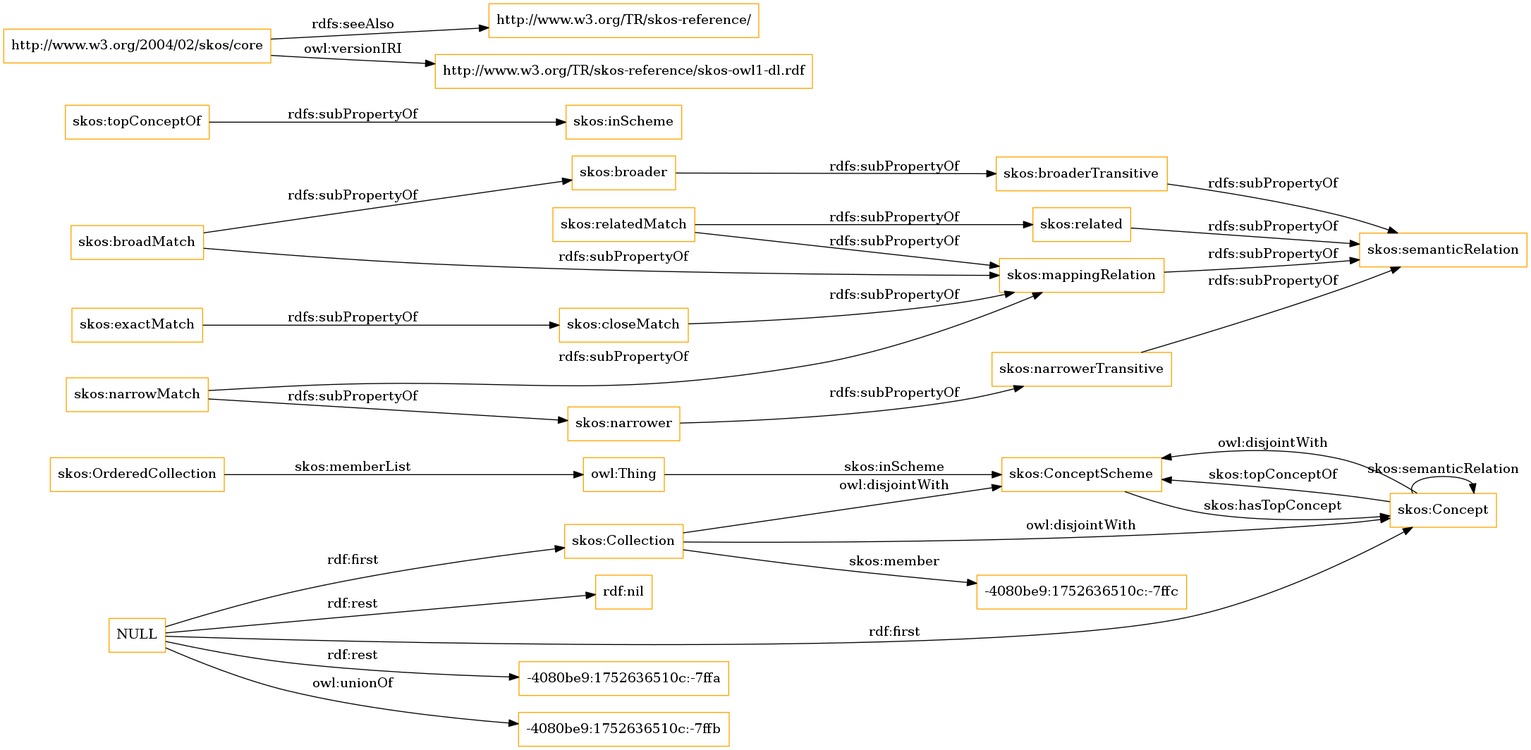
The Graphviz diagram OnToology/imports/skos.owl/diagrams/ar2dtool-class/skos.owl.png in OnToologyUser/core-ontology-1, before a commit. Its source is kept beside it as OnToology/imports/skos.owl/diagrams/ar2dtool-class/skos.owl.png.dot.
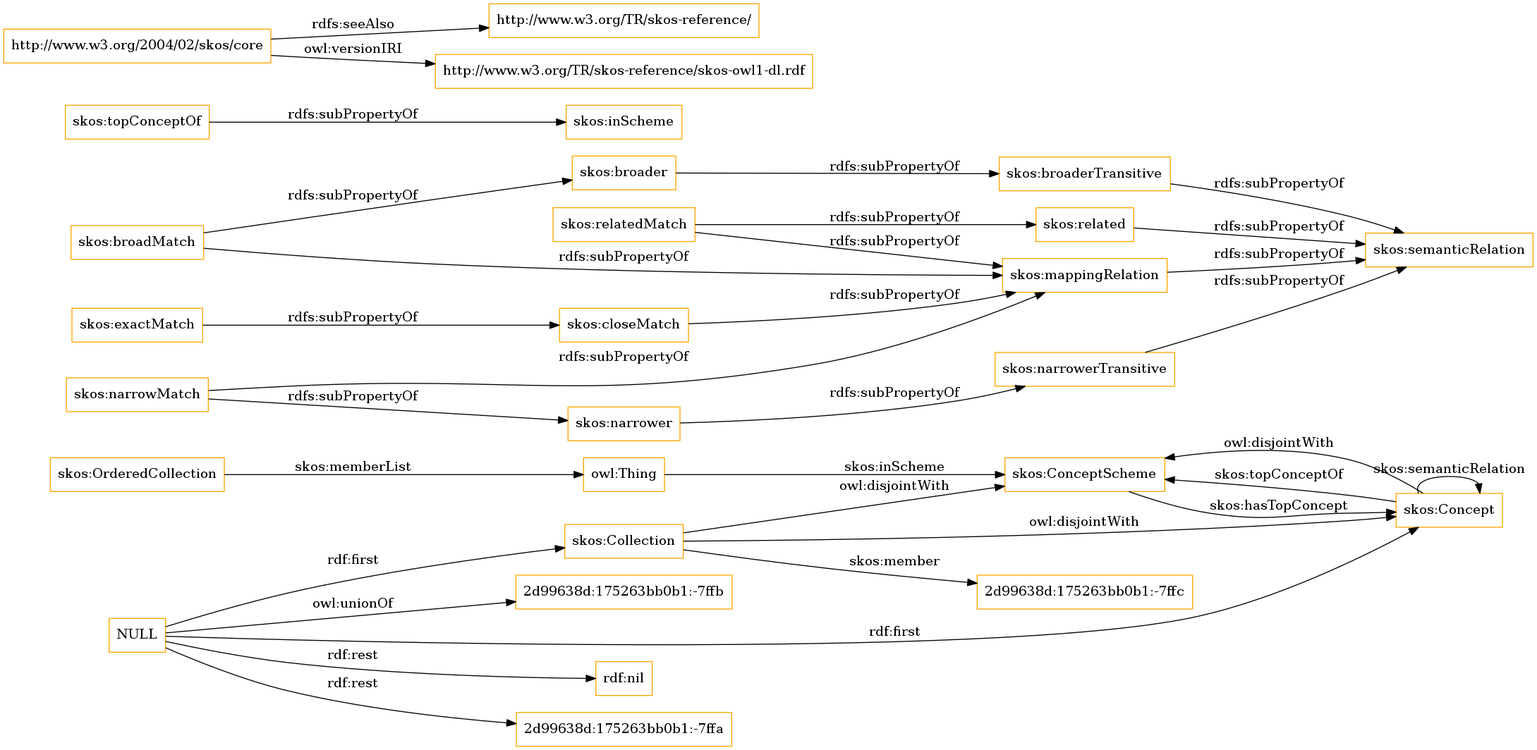
Above is the later version.

What changed in the source:
```diff
@@ -1,13 +1,13 @@
 digraph ar2dtool_diagram {
 rankdir=LR;
 size="1501"
-node [shape = rectangle, color="orange"]; "skos:OrderedCollection" "skos:ConceptScheme" "skos:Concept" "skos:Collection" "-4080be9:1752636510c:-7ffc" ; /*classes style*/
+node [shape = rectangle, color="orange"]; "skos:OrderedCollection" "skos:ConceptScheme" "skos:Concept" "skos:Collection" "2d99638d:175263bb0b1:-7ffc" ; /*classes style*/
 	"skos:narrowerTransitive" -> "skos:semanticRelation" [ label = "rdfs:subPropertyOf" ];
-	"NULL" -> "-4080be9:1752636510c:-7ffa" [ label = "rdf:rest" ];
-	"NULL" -> "skos:Collection" [ label = "rdf:first" ];
-	"NULL" -> "-4080be9:1752636510c:-7ffb" [ label = "owl:unionOf" ];
 	"NULL" -> "rdf:nil" [ label = "rdf:rest" ];
 	"NULL" -> "skos:Concept" [ label = "rdf:first" ];
+	"NULL" -> "2d99638d:175263bb0b1:-7ffa" [ label = "rdf:rest" ];
+	"NULL" -> "skos:Collection" [ label = "rdf:first" ];
+	"NULL" -> "2d99638d:175263bb0b1:-7ffb" [ label = "owl:unionOf" ];
 	"skos:closeMatch" -> "skos:mappingRelation" [ label = "rdfs:subPropertyOf" ];
 	"skos:Concept" -> "skos:ConceptScheme" [ label = "owl:disjointWith" ];
 	"skos:relatedMatch" -> "skos:related" [ label = "rdfs:subPropertyOf" ];
@@ -30,7 +30,7 @@
 	"skos:OrderedCollection" -> "owl:Thing" [ label = "skos:memberList" ];
 	"skos:Concept" -> "skos:ConceptScheme" [ label = "skos:topConceptOf" ];
 	"skos:Concept" -> "skos:Concept" [ label = "skos:semanticRelation" ];
-	"skos:Collection" -> "-4080be9:1752636510c:-7ffc" [ label = "skos:member" ];
+	"skos:Collection" -> "2d99638d:175263bb0b1:-7ffc" [ label = "skos:member" ];
 	"skos:ConceptScheme" -> "skos:Concept" [ label = "skos:hasTopConcept" ];
 	"owl:Thing" -> "skos:ConceptScheme" [ label = "skos:inScheme" ];
 
```
